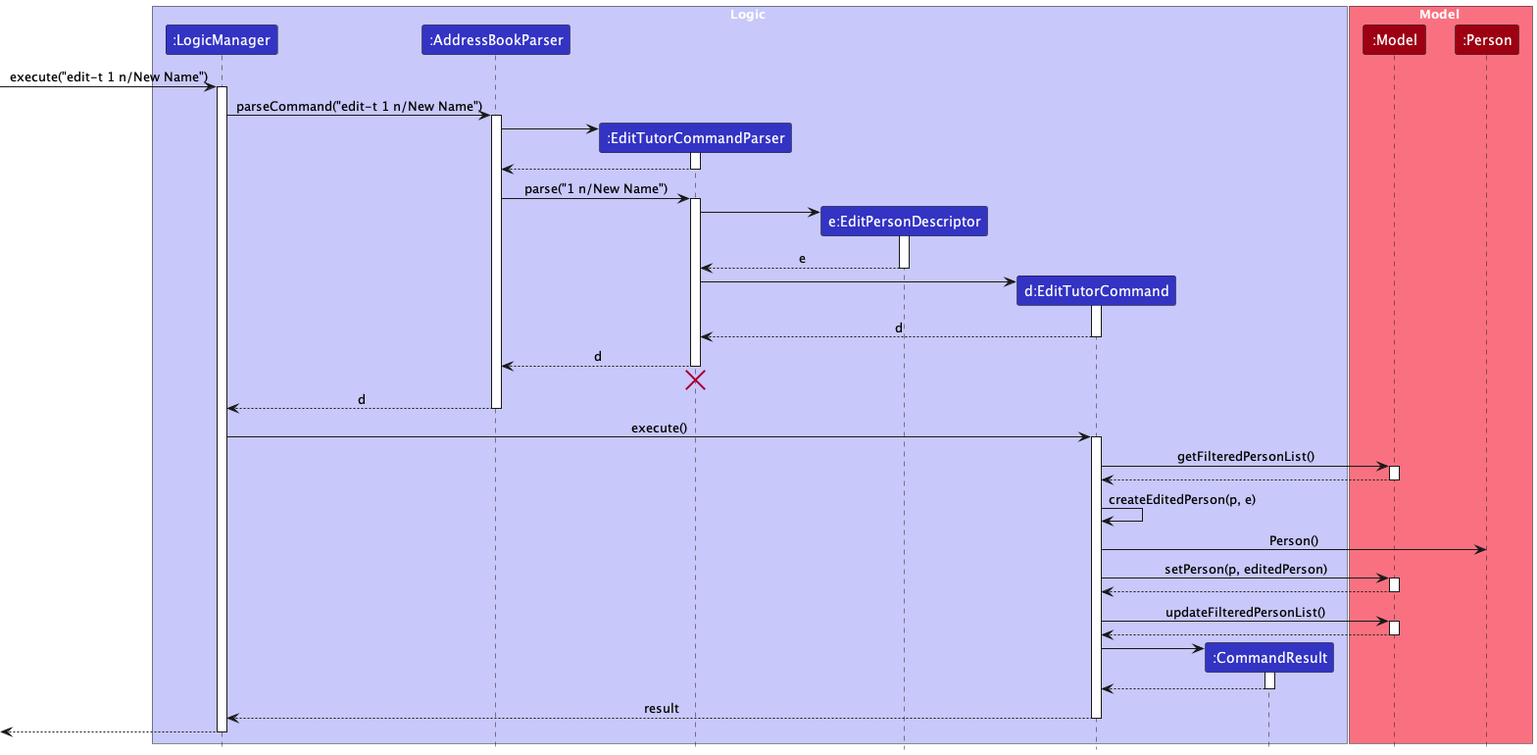
This is docs/images/EditTutorSequenceDiagram.png from nus-cs2103-AY2324S1/tp, a PlantUML export, as it was before one commit.
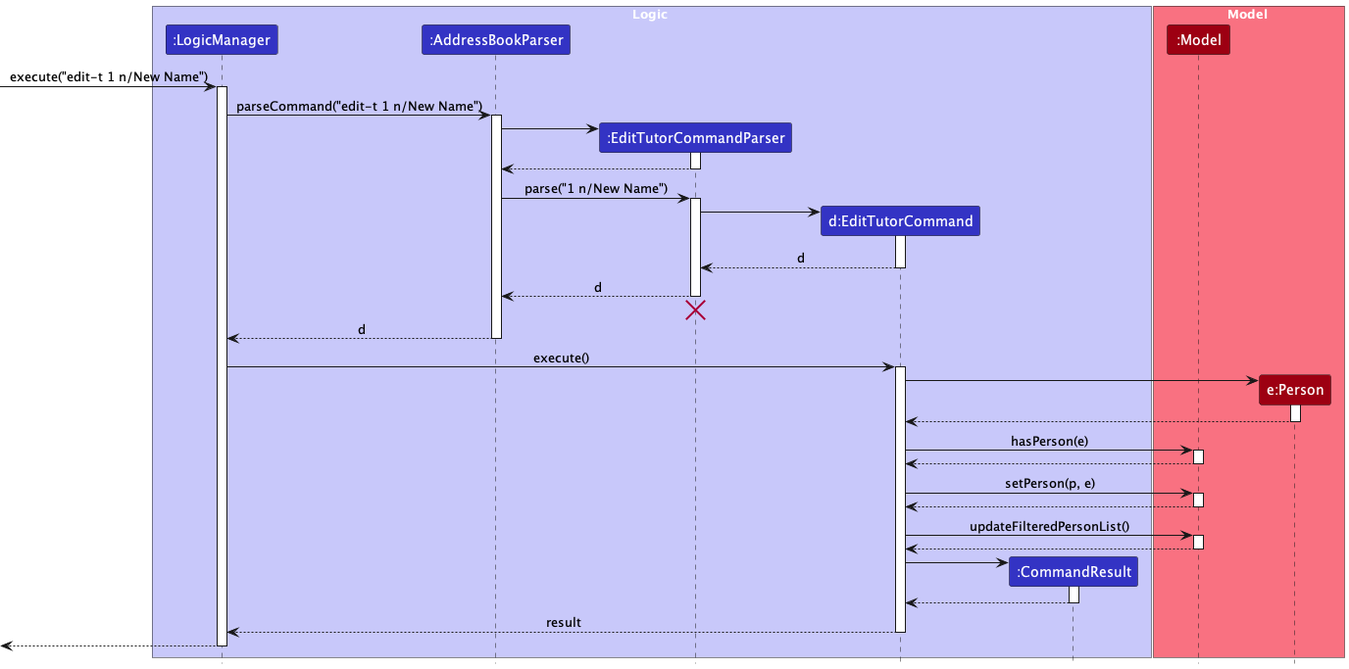
Later version of the same file.

Commit message:
Fix typo and error in edit-t sequence diagram

The edit, as a diff of the source:
```diff
@@ -6,14 +6,13 @@
 participant ":LogicManager" as LogicManager LOGIC_COLOR
 participant ":AddressBookParser" as AddressBookParser LOGIC_COLOR
 participant ":EditTutorCommandParser" as EditTutorCommandParser LOGIC_COLOR
-participant "e:EditPersonDescriptor" as EditPersonDescriptor LOGIC_COLOR
 participant "d:EditTutorCommand" as EditTutorCommand LOGIC_COLOR
 participant ":CommandResult" as CommandResult LOGIC_COLOR
 end box
 
 box Model MODEL_COLOR_T1
 participant ":Model" as Model MODEL_COLOR
-participant ":Person" as Person MODEL_COLOR
+participant "e:Person" as EditedPerson MODEL_COLOR
 end box
 
 [-> LogicManager : execute("edit-t 1 n/New Name")
@@ -31,13 +30,6 @@
 
 AddressBookParser -> EditTutorCommandParser : parse("1 n/New Name")
 activate EditTutorCommandParser
-
-create EditPersonDescriptor
-EditTutorCommandParser -> EditPersonDescriptor
-activate EditPersonDescriptor
-
-EditPersonDescriptor --> EditTutorCommandParser : e
-deactivate EditPersonDescriptor
 
 create EditTutorCommand
 EditTutorCommandParser -> EditTutorCommand
@@ -57,16 +49,14 @@
 LogicManager -> EditTutorCommand : execute()
 activate EditTutorCommand
 
-EditTutorCommand -> Model : getFilteredPersonList()
-activate Model
-Model --> EditTutorCommand
-deactivate Model
+create EditedPerson
+EditTutorCommand -> EditedPerson ++
+return
 
-EditTutorCommand -> EditTutorCommand : createEditedPerson(p, e)
+EditTutorCommand -> Model ++ : hasPerson(e)
+return
 
-EditTutorCommand -> Person : Person()
-
-EditTutorCommand -> Model : setPerson(p, editedPerson)
+EditTutorCommand -> Model : setPerson(p, e)
 activate Model
 
 Model --> EditTutorCommand
```
